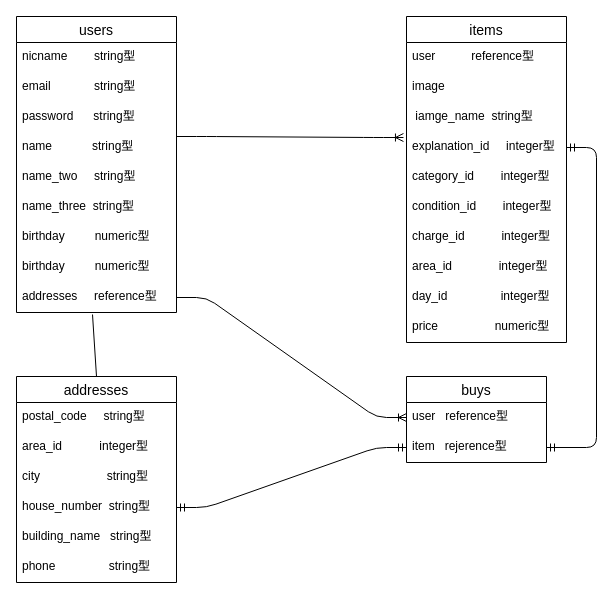
This is test.dio from kawahagi111/furima-32995, a draw.io file, before an edit. Source tidied: cells renumbered, new cells numbered last; positions are measured from the earlier drawing's top-left corner, leaving out a move shared by most shapes. Both pictures are drawn from the tidied source at 100%, with x=0, y=0 at pixel (16, 16).
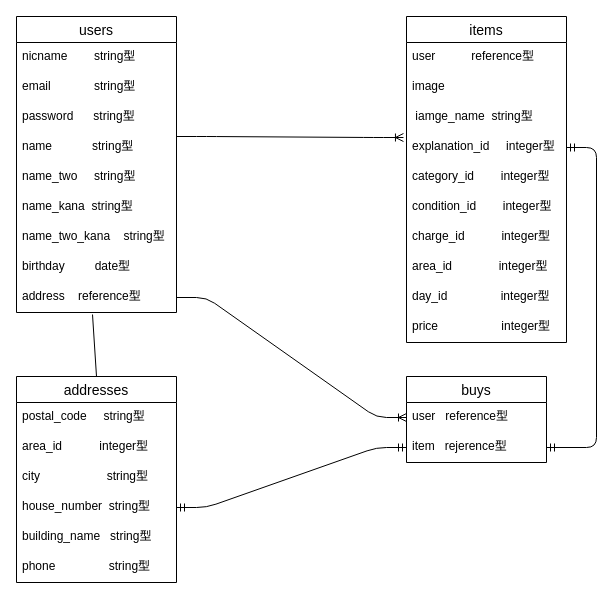
The same diagram, later.

Commit message (it also covers changes not shown here):
データベース設計5

Unchanged cells that the change refers to:
```xml
<mxCell id="2" value="users" style="swimlane;fontStyle=0;horizontal=1;startSize=26;align=center;fontSize=14;" parent="1" vertex="1">
  <mxGeometry width="160" height="296" as="geometry" />
</mxCell>
<mxCell id="13" value="items" style="swimlane;fontStyle=0;horizontal=1;startSize=26;align=center;fontSize=14;" parent="1" vertex="1">
  <mxGeometry x="390" width="160" height="326" as="geometry" />
</mxCell>
```

The edit, as a diff of the source:
```diff
@@
-    <mxCell id="8" value="name_three  string型" style="text;strokeColor=none;fillColor=none;spacingLeft=4;spacingRight=4;overflow=hidden;fontSize=12;" parent="2" vertex="1">
+    <mxCell id="8" value="name_kana  string型" style="text;strokeColor=none;fillColor=none;spacingLeft=4;spacingRight=4;overflow=hidden;fontSize=12;" parent="2" vertex="1">
       <mxGeometry y="176" width="160" height="30" as="geometry" />
     </mxCell>
-    <mxCell id="9" value="birthday         numeric型" style="text;strokeColor=none;fillColor=none;spacingLeft=4;spacingRight=4;overflow=hidden;fontSize=12;" parent="2" vertex="1">
+    <mxCell id="9" value="name_two_kana    string型" style="text;strokeColor=none;fillColor=none;spacingLeft=4;spacingRight=4;overflow=hidden;fontSize=12;" parent="2" vertex="1">
       <mxGeometry y="206" width="160" height="30" as="geometry" />
     </mxCell>
-    <mxCell id="10" value="birthday         numeric型" style="text;strokeColor=none;fillColor=none;spacingLeft=4;spacingRight=4;overflow=hidden;fontSize=12;" parent="2" vertex="1">
+    <mxCell id="10" value="birthday         date型" style="text;strokeColor=none;fillColor=none;spacingLeft=4;spacingRight=4;overflow=hidden;fontSize=12;" parent="2" vertex="1">
       <mxGeometry y="236" width="160" height="30" as="geometry" />
     </mxCell>
-    <mxCell id="11" value="addresses     reference型" style="text;strokeColor=none;fillColor=none;spacingLeft=4;spacingRight=4;overflow=hidden;points=[[0,0.5],[1,0.5]];portConstraint=eastwest;fontSize=12;" parent="2" vertex="1">
+    <mxCell id="11" value="address    reference型" style="text;strokeColor=none;fillColor=none;spacingLeft=4;spacingRight=4;overflow=hidden;points=[[0,0.5],[1,0.5]];portConstraint=eastwest;fontSize=12;" parent="2" vertex="1">
       <mxGeometry y="266" width="160" height="30" as="geometry" />
     </mxCell>
@@
-    <mxCell id="23" value="price                 numeric型" style="text;strokeColor=none;fillColor=none;spacingLeft=4;spacingRight=4;overflow=hidden;fontSize=12;" parent="13" vertex="1">
+    <mxCell id="23" value="price                   integer型" style="text;strokeColor=none;fillColor=none;spacingLeft=4;spacingRight=4;overflow=hidden;fontSize=12;" parent="13" vertex="1">
       <mxGeometry y="296" width="160" height="30" as="geometry" />
     </mxCell>
```
